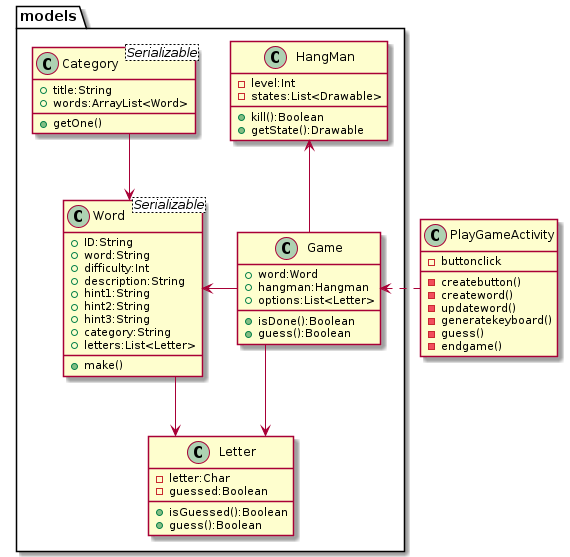
The PlantUML diagram UML/mvc.png in DAT4/android-galgeleg, before a commit.
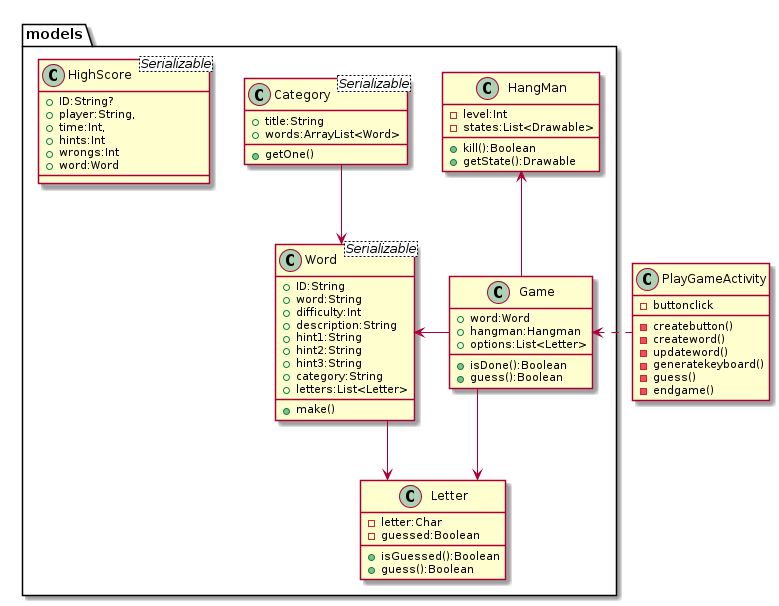
Above is the later version.

What changed in the source:
```diff
@@ -11,51 +11,63 @@
 }
 
 package models{
-class Category<Serializable>{
-    + title:String
-    + words:ArrayList<Word>
-    + getOne()
+    class Category<Serializable>{
+        + title:String
+        + words:ArrayList<Word>
+        + getOne()
+    }
+
+    class Game{
+        + word:Word
+        + hangman:Hangman
+        + options:List<Letter>
+        + isDone():Boolean
+        + guess():Boolean
+    }
+
+    class HangMan{
+        - level:Int
+        - states:List<Drawable>
+        + kill():Boolean
+        + getState():Drawable
+    }
+
+    class Letter{
+        - letter:Char
+        - guessed:Boolean
+        + isGuessed():Boolean
+        + guess():Boolean
+    }
+
+    class Word<Serializable>{
+        + ID:String
+        + word:String
+        + difficulty:Int
+        + description:String
+        + hint1:String
+        + hint2:String
+        + hint3:String
+        + category:String
+        + letters:List<Letter>
+        + make()
+    }
+
+    class HighScore<Serializable>{
+        + ID:String?
+        + player:String,
+        + time:Int,
+        + hints:Int
+        + wrongs:Int
+        + word:Word
+    }
 }
-class Game{
-    + word:Word
-    + hangman:Hangman
-    + options:List<Letter>
-    + isDone():Boolean
-    + guess():Boolean
-}
+
+
+Game <. PlayGameActivity
 Game -l-> Word
 HangMan <-- Game
 Game --> Letter
 Category --> Word
 Word --> Letter
-class HangMan{
-    - level:Int
-    - states:List<Drawable>
-    + kill():Boolean
-    + getState():Drawable
-}
-class Letter{
-    - letter:Char
-    - guessed:Boolean
-    + isGuessed():Boolean
-    + guess():Boolean
-}
-
-class Word<Serializable>{
-    + ID:String
-    + word:String
-    + difficulty:Int
-    + description:String
-    + hint1:String
-    + hint2:String
-    + hint3:String
-    + category:String
-    + letters:List<Letter>
-    + make()
-}
-}
-
-
-Game <. PlayGameActivity
 
 @enduml
```
